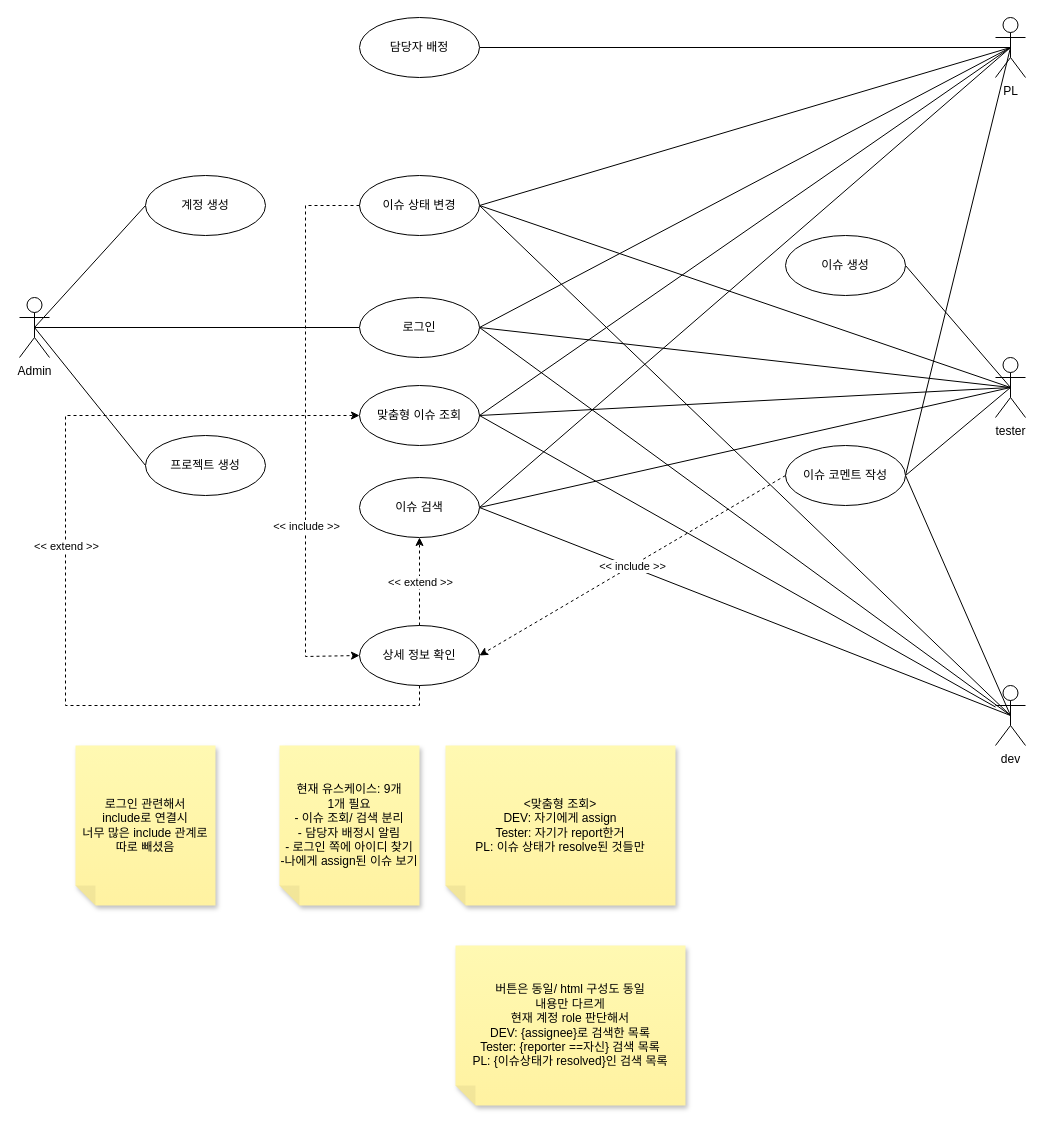
LuisYou/Term_Project_19 keeps this draw.io diagram as 다이어그램 모음집/유스케이스 다이어그램 0601-2.drawio. Above is the earlier version. Source tidied: cells renumbered, new cells numbered last; positions are measured from the earlier drawing's top-left corner, leaving out a move shared by most shapes. Both pictures are drawn from the tidied source at 100%, with x=0, y=0 at pixel (19, 17).
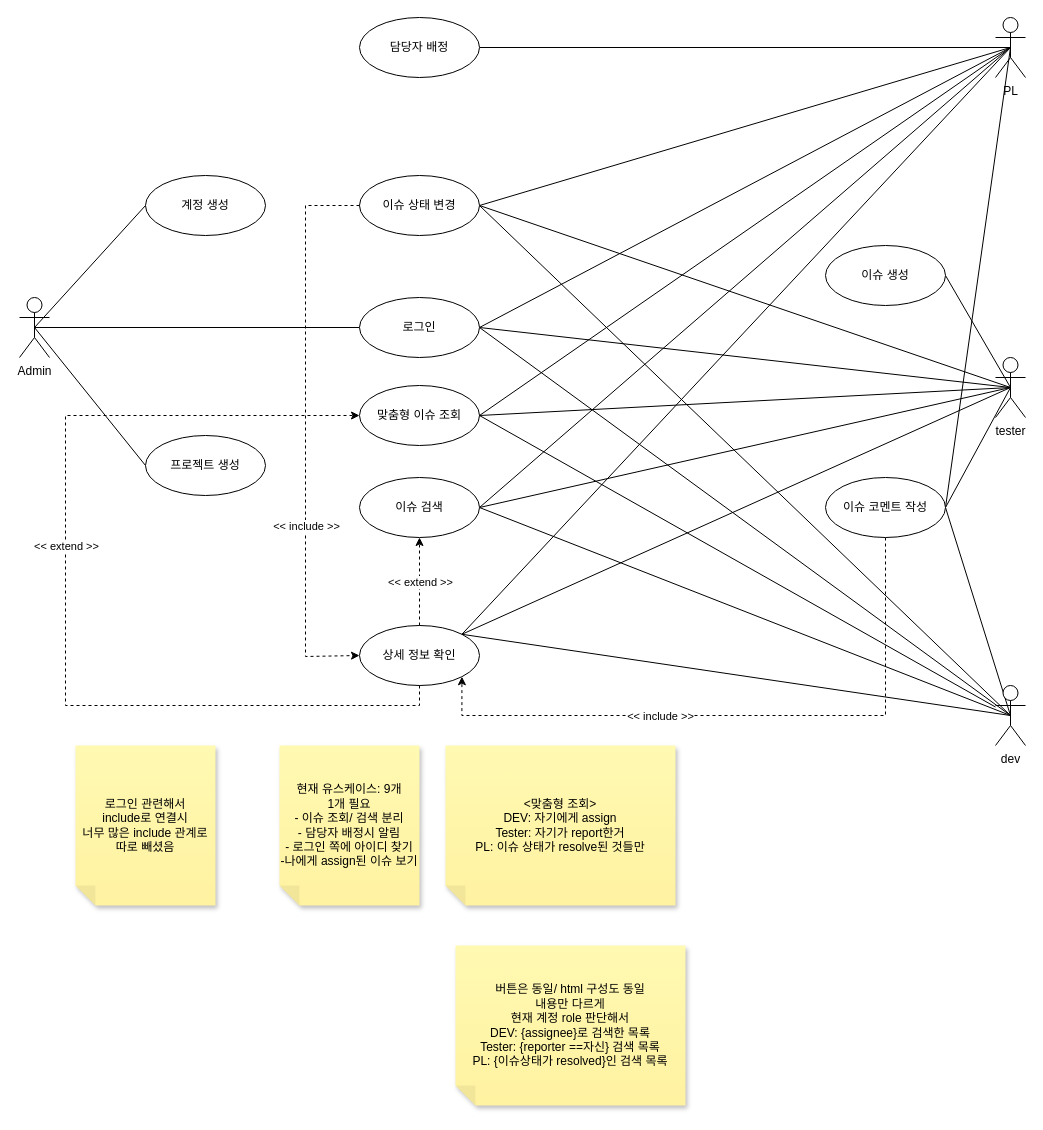
The same page after the edit.

The change refers to these unchanged cells:
```xml
<mxCell id="11" value="PL" style="shape=umlActor;verticalLabelPosition=bottom;verticalAlign=top;html=1;outlineConnect=0;" parent="1" vertex="1">
  <mxGeometry x="976" width="30" height="60" as="geometry" />
</mxCell>
<mxCell id="16" value="dev" style="shape=umlActor;verticalLabelPosition=bottom;verticalAlign=top;html=1;outlineConnect=0;" parent="1" vertex="1">
  <mxGeometry x="976" y="668" width="30" height="60" as="geometry" />
</mxCell>
<mxCell id="22" value="tester" style="shape=umlActor;verticalLabelPosition=bottom;verticalAlign=top;html=1;outlineConnect=0;" parent="1" vertex="1">
  <mxGeometry x="976" y="340" width="30" height="60" as="geometry" />
</mxCell>
<mxCell id="29" value="상세 정보 확인" style="ellipse;whiteSpace=wrap;html=1;" parent="1" vertex="1">
  <mxGeometry x="340" y="608" width="120" height="60" as="geometry" />
</mxCell>
```

The edit, as a diff of the source:
```diff
@@
-    <mxCell id="25" value="이슈 생성" style="ellipse;whiteSpace=wrap;html=1;" parent="1" vertex="1">
-      <mxGeometry x="766" y="218" width="120" height="60" as="geometry" />
-    </mxCell>
-    <mxCell id="26" value="이슈 코멘트 작성" style="ellipse;whiteSpace=wrap;html=1;" parent="1" vertex="1">
-      <mxGeometry x="766" y="428" width="120" height="60" as="geometry" />
-    </mxCell>
@@
-    <mxCell id="34" style="endArrow=classic;html=1;rounded=0;dashed=1;exitX=0;exitY=0.5;exitDx=0;exitDy=0;entryX=1;entryY=0.5;entryDx=0;entryDy=0;" parent="1" edge="1" source="26" target="29">
-      <mxGeometry relative="1" as="geometry" />
+    <mxCell id="34" style="endArrow=classic;html=1;rounded=0;dashed=1;exitX=0.5;exitY=1;exitDx=0;exitDy=0;entryX=1;entryY=1;entryDx=0;entryDy=0;edgeStyle=orthogonalEdgeStyle;" parent="1" edge="1" source="26" target="29">
+      <mxGeometry relative="1" as="geometry">
+        <Array as="points">
+          <mxPoint x="866" y="698" />
+          <mxPoint x="442" y="698" />
+        </Array>
+      </mxGeometry>
     </mxCell>
     <mxCell id="35" value="&amp;lt;&amp;lt; include &amp;gt;&amp;gt;" style="edgeLabel;html=1;align=center;verticalAlign=middle;" parent="34" vertex="1">
-      <mxGeometry relative="1" as="geometry" />
+      <mxGeometry relative="1" as="geometry">
+        <mxPoint x="-84" as="offset" />
+      </mxGeometry>
     </mxCell>
@@
+    <mxCell id="48" style="rounded=0;jettySize=auto;html=1;exitX=0.5;exitY=0.5;exitDx=0;exitDy=0;exitPerimeter=0;entryX=1;entryY=0;entryDx=0;entryDy=0;endArrow=none;endFill=0;" parent="1" edge="1" source="11" target="29">
+      <mxGeometry relative="1" as="geometry" />
+    </mxCell>
+    <mxCell id="49" style="rounded=0;jettySize=auto;html=1;exitX=0.5;exitY=0.5;exitDx=0;exitDy=0;exitPerimeter=0;entryX=1;entryY=0;entryDx=0;entryDy=0;endArrow=none;endFill=0;" parent="1" edge="1" source="22" target="29">
+      <mxGeometry relative="1" as="geometry" />
+    </mxCell>
+    <mxCell id="50" style="rounded=0;jettySize=auto;html=1;exitX=0.5;exitY=0.5;exitDx=0;exitDy=0;exitPerimeter=0;entryX=1;entryY=0;entryDx=0;entryDy=0;endArrow=none;endFill=0;" parent="1" edge="1" source="16" target="29">
+      <mxGeometry relative="1" as="geometry" />
+    </mxCell>
+    <mxCell id="26" value="이슈 코멘트 작성" style="ellipse;whiteSpace=wrap;html=1;" parent="1" vertex="1">
+      <mxGeometry x="806" y="460" width="120" height="60" as="geometry" />
+    </mxCell>
+    <mxCell id="25" value="이슈 생성" style="ellipse;whiteSpace=wrap;html=1;" parent="1" vertex="1">
+      <mxGeometry x="806" y="228" width="120" height="60" as="geometry" />
+    </mxCell>
```
